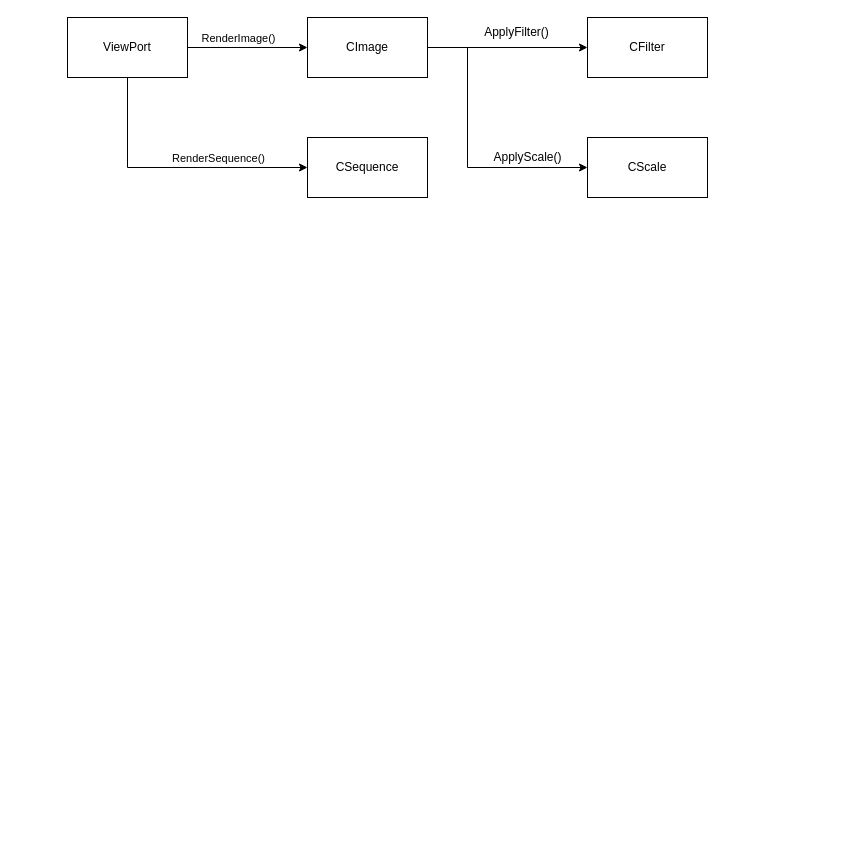
Before: semwork/vernead2/callDiagram.drawio in AdamVerner/BI-PA2, a draw.io diagram. Source tidied: cells renumbered, new cells numbered last; positions are measured from the earlier drawing's top-left corner, leaving out a move shared by most shapes. Both pictures are drawn from the tidied source at 100%, with x=0, y=0 at pixel (67, 17).
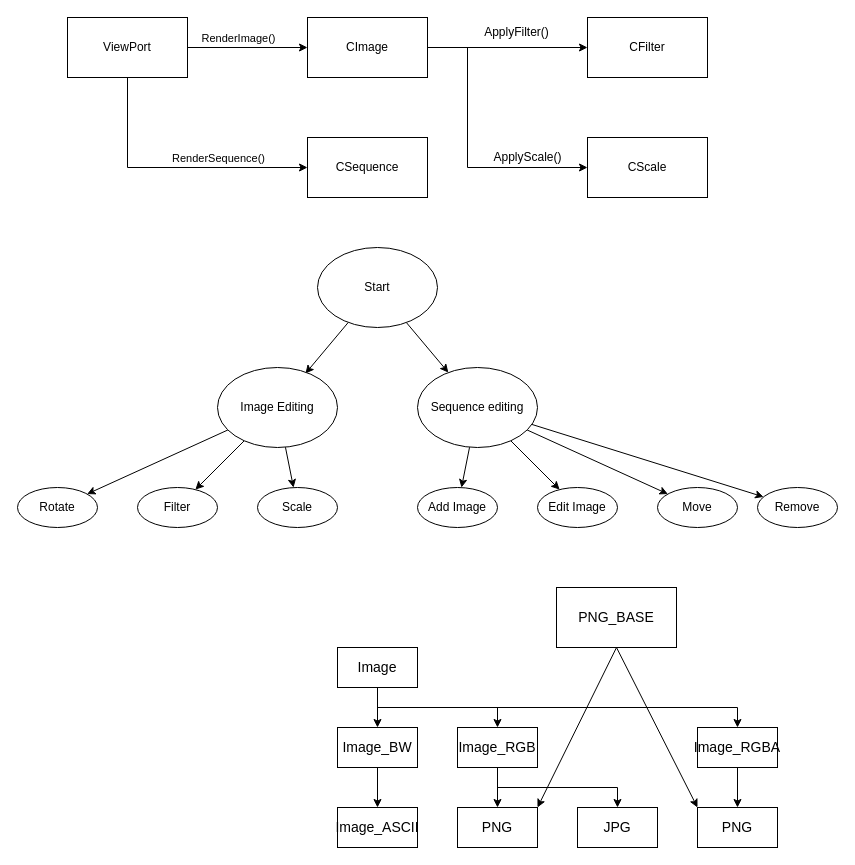
The same page after the edit.

What changed in the source:
```diff
@@
+    <mxCell id="15" style="edgeStyle=none;rounded=0;jettySize=auto;html=1;entryX=0.733;entryY=0.075;entryDx=0;entryDy=0;entryPerimeter=0;" parent="1" edge="1" source="17" target="21">
+      <mxGeometry relative="1" as="geometry" />
+    </mxCell>
+    <mxCell id="16" style="edgeStyle=none;rounded=0;jettySize=auto;html=1;" parent="1" edge="1" source="17" target="26">
+      <mxGeometry relative="1" as="geometry" />
+    </mxCell>
+    <mxCell id="17" value="Start" style="ellipse;whiteSpace=wrap;html=1;" parent="1" vertex="1">
+      <mxGeometry x="250" y="230" width="120" height="80" as="geometry" />
+    </mxCell>
+    <mxCell id="18" style="edgeStyle=none;rounded=0;jettySize=auto;html=1;" parent="1" edge="1" source="21" target="27">
+      <mxGeometry relative="1" as="geometry" />
+    </mxCell>
+    <mxCell id="19" style="edgeStyle=none;rounded=0;jettySize=auto;html=1;" parent="1" edge="1" source="21" target="28">
+      <mxGeometry relative="1" as="geometry" />
+    </mxCell>
+    <mxCell id="20" style="edgeStyle=none;rounded=0;jettySize=auto;html=1;" parent="1" edge="1" source="21" target="29">
+      <mxGeometry relative="1" as="geometry" />
+    </mxCell>
+    <mxCell id="21" value="Image Editing" style="ellipse;whiteSpace=wrap;html=1;" parent="1" vertex="1">
+      <mxGeometry x="150" y="350" width="120" height="80" as="geometry" />
+    </mxCell>
+    <mxCell id="22" style="rounded=0;jettySize=auto;html=1;" parent="1" edge="1" source="26" target="30">
+      <mxGeometry relative="1" as="geometry" />
+    </mxCell>
+    <mxCell id="23" style="rounded=0;jettySize=auto;html=1;" parent="1" edge="1" source="26" target="31">
+      <mxGeometry relative="1" as="geometry" />
+    </mxCell>
+    <mxCell id="24" style="edgeStyle=none;rounded=0;jettySize=auto;html=1;" parent="1" edge="1" source="26" target="32">
+      <mxGeometry relative="1" as="geometry" />
+    </mxCell>
+    <mxCell id="25" style="edgeStyle=none;rounded=0;jettySize=auto;html=1;" parent="1" edge="1" source="26" target="33">
+      <mxGeometry relative="1" as="geometry" />
+    </mxCell>
+    <mxCell id="26" value="&lt;div&gt;Sequence editing&lt;/div&gt;" style="ellipse;whiteSpace=wrap;html=1;" parent="1" vertex="1">
+      <mxGeometry x="350" y="350" width="120" height="80" as="geometry" />
+    </mxCell>
+    <mxCell id="27" value="Scale" style="ellipse;whiteSpace=wrap;html=1;" parent="1" vertex="1">
+      <mxGeometry x="190" y="470" width="80" height="40" as="geometry" />
+    </mxCell>
+    <mxCell id="28" value="Filter" style="ellipse;whiteSpace=wrap;html=1;" parent="1" vertex="1">
+      <mxGeometry x="70" y="470" width="80" height="40" as="geometry" />
+    </mxCell>
+    <mxCell id="29" value="Rotate" style="ellipse;whiteSpace=wrap;html=1;" parent="1" vertex="1">
+      <mxGeometry x="-50" y="470" width="80" height="40" as="geometry" />
+    </mxCell>
+    <mxCell id="30" value="Add Image" style="ellipse;whiteSpace=wrap;html=1;" parent="1" vertex="1">
+      <mxGeometry x="350" y="470" width="80" height="40" as="geometry" />
+    </mxCell>
+    <mxCell id="31" value="Remove" style="ellipse;whiteSpace=wrap;html=1;" parent="1" vertex="1">
+      <mxGeometry x="690" y="470" width="80" height="40" as="geometry" />
+    </mxCell>
+    <mxCell id="32" value="Move" style="ellipse;whiteSpace=wrap;html=1;" parent="1" vertex="1">
+      <mxGeometry x="590" y="470" width="80" height="40" as="geometry" />
+    </mxCell>
+    <mxCell id="33" value="Edit Image" style="ellipse;whiteSpace=wrap;html=1;" parent="1" vertex="1">
+      <mxGeometry x="470" y="470" width="80" height="40" as="geometry" />
+    </mxCell>
+    <mxCell id="34" value="JPG" style="rounded=0;whiteSpace=wrap;html=1;fontSize=14;" parent="1" vertex="1">
+      <mxGeometry x="510" y="790" width="80" height="40" as="geometry" />
+    </mxCell>
+    <mxCell id="35" value="&lt;div&gt;PNG&lt;/div&gt;" style="rounded=0;whiteSpace=wrap;html=1;fontSize=14;" parent="1" vertex="1">
+      <mxGeometry x="630" y="790" width="80" height="40" as="geometry" />
+    </mxCell>
+    <mxCell id="36" style="edgeStyle=orthogonalEdgeStyle;rounded=0;jettySize=auto;html=1;fontSize=14;" parent="1" edge="1" source="37" target="35">
+      <mxGeometry relative="1" as="geometry" />
+    </mxCell>
+    <mxCell id="37" value="Image_RGBA" style="rounded=0;whiteSpace=wrap;html=1;fontSize=14;" parent="1" vertex="1">
+      <mxGeometry x="630" y="710" width="80" height="40" as="geometry" />
+    </mxCell>
+    <mxCell id="38" style="edgeStyle=orthogonalEdgeStyle;rounded=0;jettySize=auto;html=1;fontSize=14;" parent="1" edge="1" source="40" target="44">
+      <mxGeometry relative="1" as="geometry" />
+    </mxCell>
+    <mxCell id="39" style="edgeStyle=orthogonalEdgeStyle;rounded=0;jettySize=auto;html=1;entryX=0.5;entryY=0;entryDx=0;entryDy=0;fontSize=14;" parent="1" edge="1" source="40" target="34">
+      <mxGeometry relative="1" as="geometry">
+        <Array as="points">
+          <mxPoint x="430" y="770" />
+          <mxPoint x="550" y="770" />
+        </Array>
+      </mxGeometry>
+    </mxCell>
+    <mxCell id="40" value="Image_RGB" style="rounded=0;whiteSpace=wrap;html=1;fontSize=14;" parent="1" vertex="1">
+      <mxGeometry x="390" y="710" width="80" height="40" as="geometry" />
+    </mxCell>
+    <mxCell id="41" style="edgeStyle=none;rounded=0;jettySize=auto;html=1;fontSize=14;" parent="1" edge="1" source="42" target="43">
+      <mxGeometry relative="1" as="geometry" />
+    </mxCell>
+    <mxCell id="42" value="Image_BW" style="rounded=0;whiteSpace=wrap;html=1;fontSize=14;" parent="1" vertex="1">
+      <mxGeometry x="270" y="710" width="80" height="40" as="geometry" />
+    </mxCell>
+    <mxCell id="43" value="Image_ASCII" style="rounded=0;whiteSpace=wrap;html=1;fontSize=14;" parent="1" vertex="1">
+      <mxGeometry x="270" y="790" width="80" height="40" as="geometry" />
+    </mxCell>
+    <mxCell id="44" value="PNG" style="rounded=0;whiteSpace=wrap;html=1;fontSize=14;" parent="1" vertex="1">
+      <mxGeometry x="390" y="790" width="80" height="40" as="geometry" />
+    </mxCell>
+    <mxCell id="45" style="edgeStyle=none;rounded=0;jettySize=auto;html=1;fontSize=14;" parent="1" edge="1" source="48" target="42">
+      <mxGeometry relative="1" as="geometry" />
+    </mxCell>
+    <mxCell id="46" style="edgeStyle=orthogonalEdgeStyle;rounded=0;jettySize=auto;html=1;entryX=0.5;entryY=0;entryDx=0;entryDy=0;fontSize=14;" parent="1" edge="1" source="48" target="40">
+      <mxGeometry relative="1" as="geometry">
+        <Array as="points">
+          <mxPoint x="310" y="690" />
+          <mxPoint x="430" y="690" />
+        </Array>
+      </mxGeometry>
+    </mxCell>
+    <mxCell id="47" style="edgeStyle=orthogonalEdgeStyle;rounded=0;jettySize=auto;html=1;entryX=0.5;entryY=0;entryDx=0;entryDy=0;fontSize=14;" parent="1" edge="1" source="48" target="37">
+      <mxGeometry relative="1" as="geometry">
+        <Array as="points">
+          <mxPoint x="310" y="690" />
+          <mxPoint x="670" y="690" />
+        </Array>
+      </mxGeometry>
+    </mxCell>
+    <mxCell id="48" value="Image" style="rounded=0;whiteSpace=wrap;html=1;fontSize=14;" parent="1" vertex="1">
+      <mxGeometry x="270" y="630" width="80" height="40" as="geometry" />
+    </mxCell>
+    <mxCell id="49" value="PNG_BASE" style="rounded=0;whiteSpace=wrap;html=1;fontSize=14;" parent="1" vertex="1">
+      <mxGeometry x="489" y="570" width="120" height="60" as="geometry" />
+    </mxCell>
+    <mxCell id="50" style="endArrow=classic;html=1;fontSize=14;exitX=0.5;exitY=1;exitDx=0;exitDy=0;entryX=0;entryY=0;entryDx=0;entryDy=0;" parent="1" edge="1" source="49" target="35">
+      <mxGeometry relative="1" as="geometry" />
+    </mxCell>
+    <mxCell id="51" style="endArrow=classic;html=1;fontSize=14;exitX=0.5;exitY=1;exitDx=0;exitDy=0;entryX=1;entryY=0;entryDx=0;entryDy=0;" parent="1" edge="1" source="49" target="44">
+      <mxGeometry relative="1" as="geometry" />
+    </mxCell>
```
